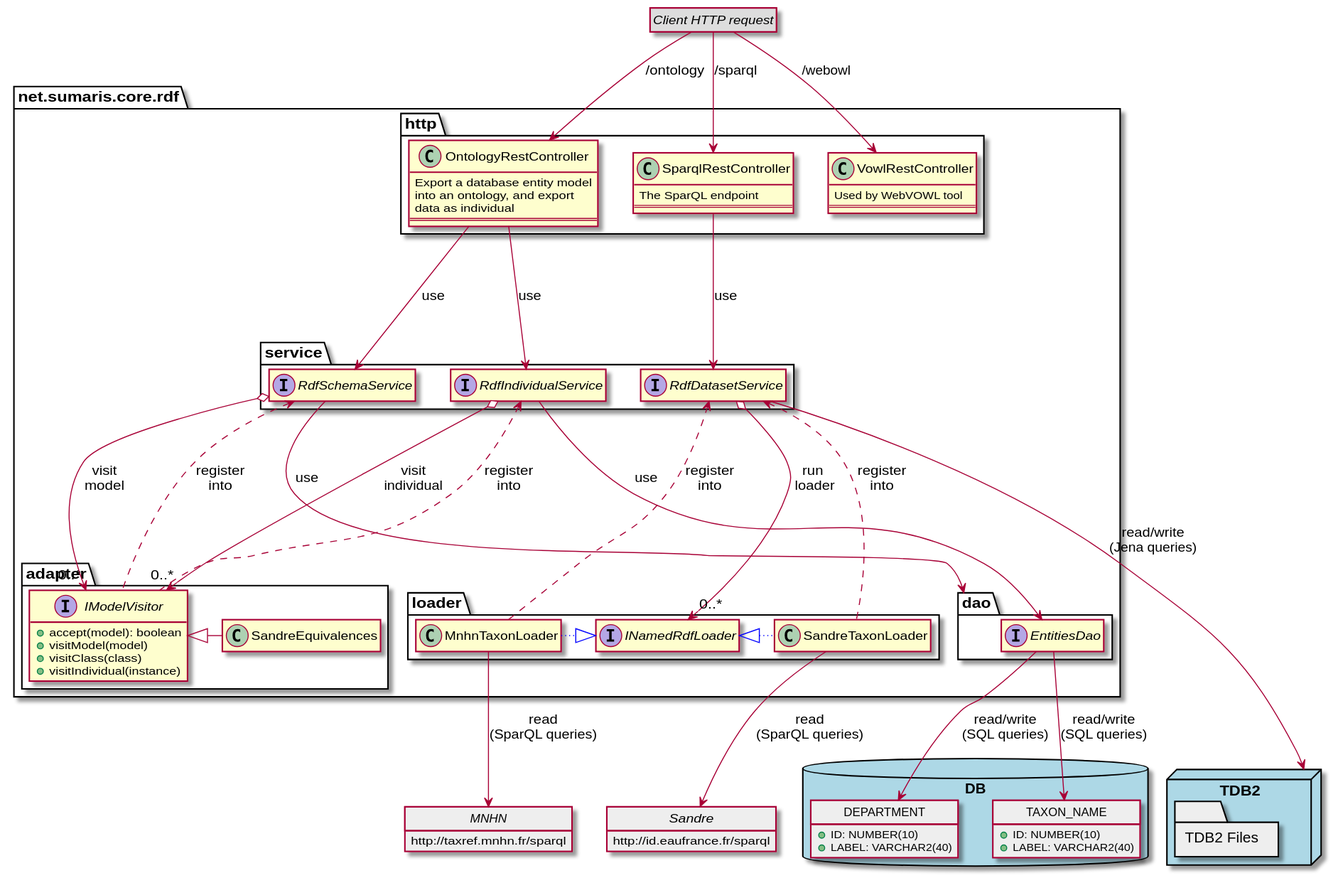
This is architecture/rdf/img/rdf-components.svg from sumaris-net/sumaris-doc, a PlantUML export, as it was before one commit. Its source is kept beside it as architecture/rdf/img/rdf-components.puml.
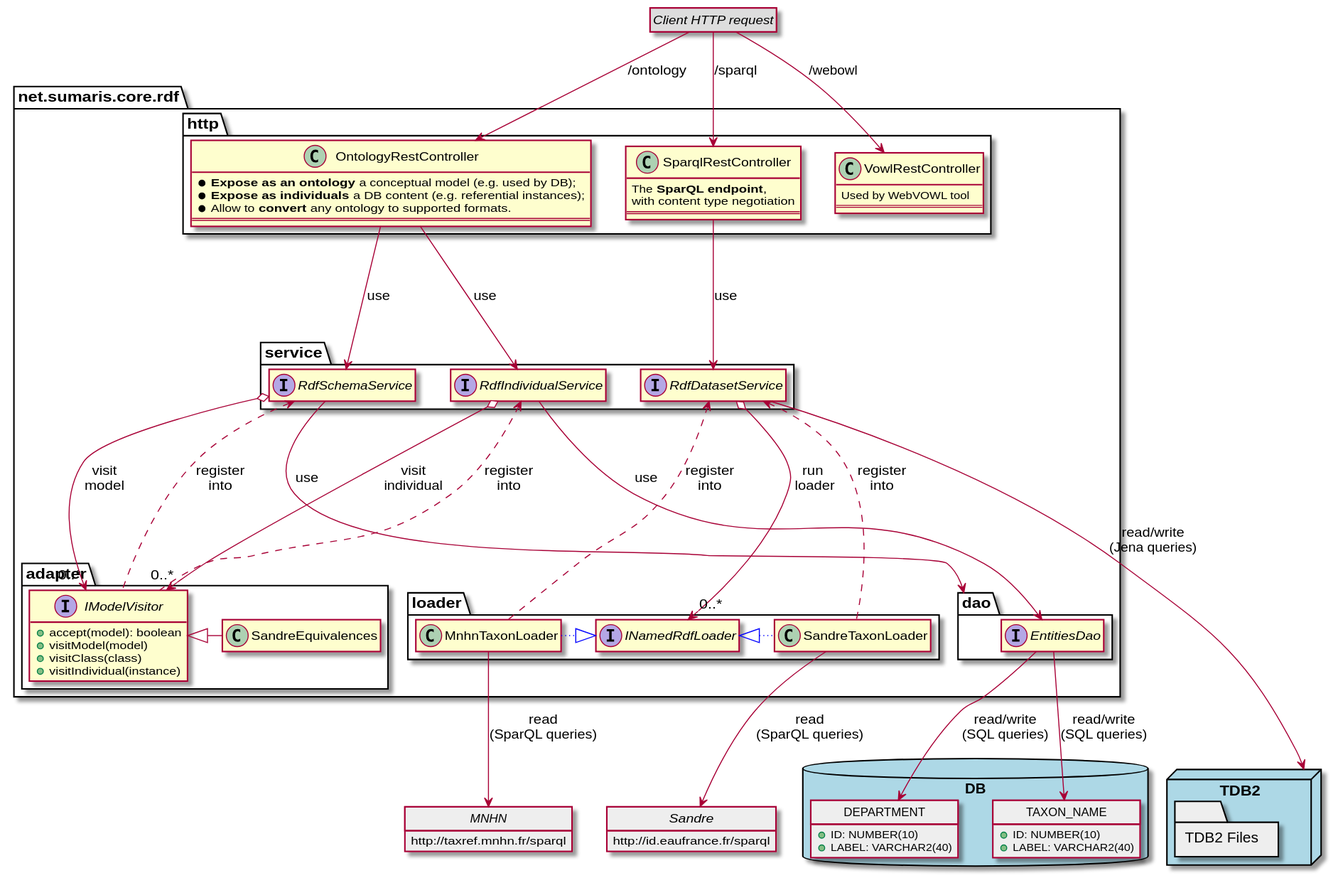
Above is the later version.

Commit message:
[enh] RDF: Add doc on security. [enh] RDF: Add a table of content

The edit, as a diff of the source:
```diff
@@ -99,15 +99,16 @@
     package http {
 
         class SparqlRestController {
-            The SparQL endpoint
+            The **SparQL endpoint**,
+            with content type negotiation
             ==
         }
         hide SparqlRestController methods
 
         class OntologyRestController {
-            Export a database entity model
-            into an ontology, and export
-            data as individual
+            * **Expose as an ontology** a conceptual model (e.g. used by DB);
+            * **Expose as individuals** a DB content (e.g. referential instances);
+            * Allow to **convert** any ontology to supported formats.
             ==
         }
 
```
